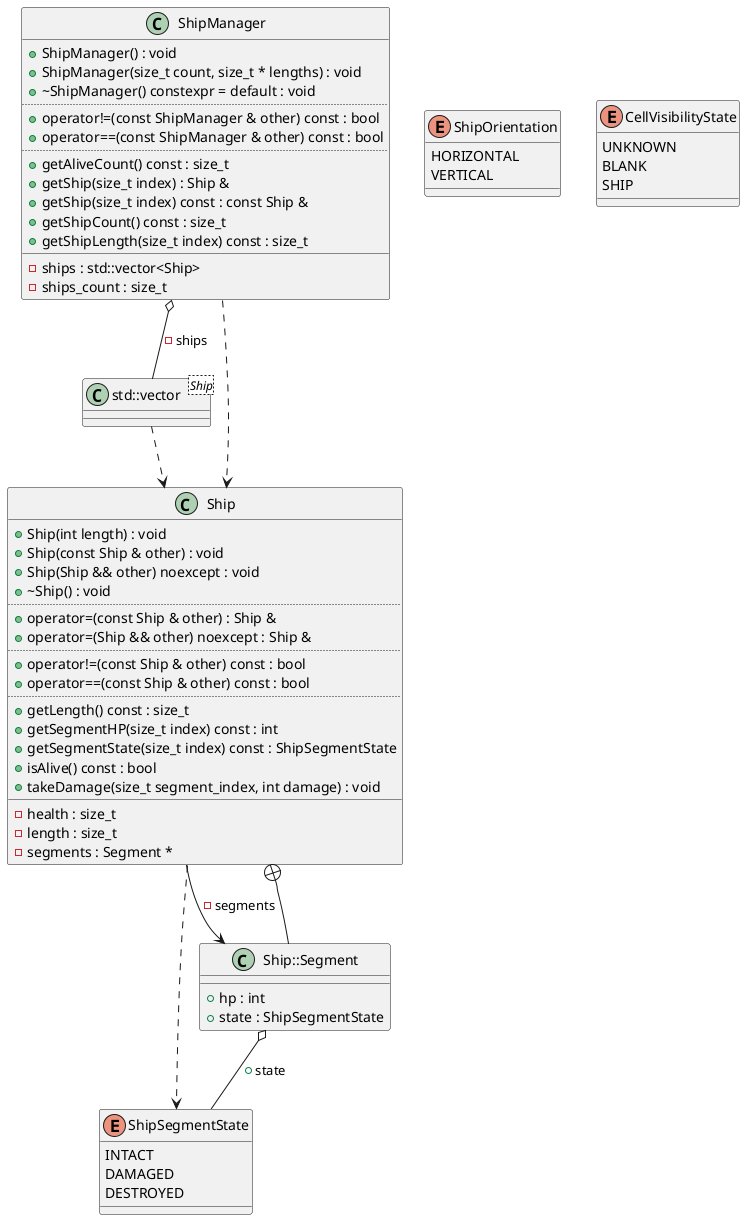
This is diagrams/ShipManager.png from Rennelv/ships, a PlantUML export, as it was before one commit.
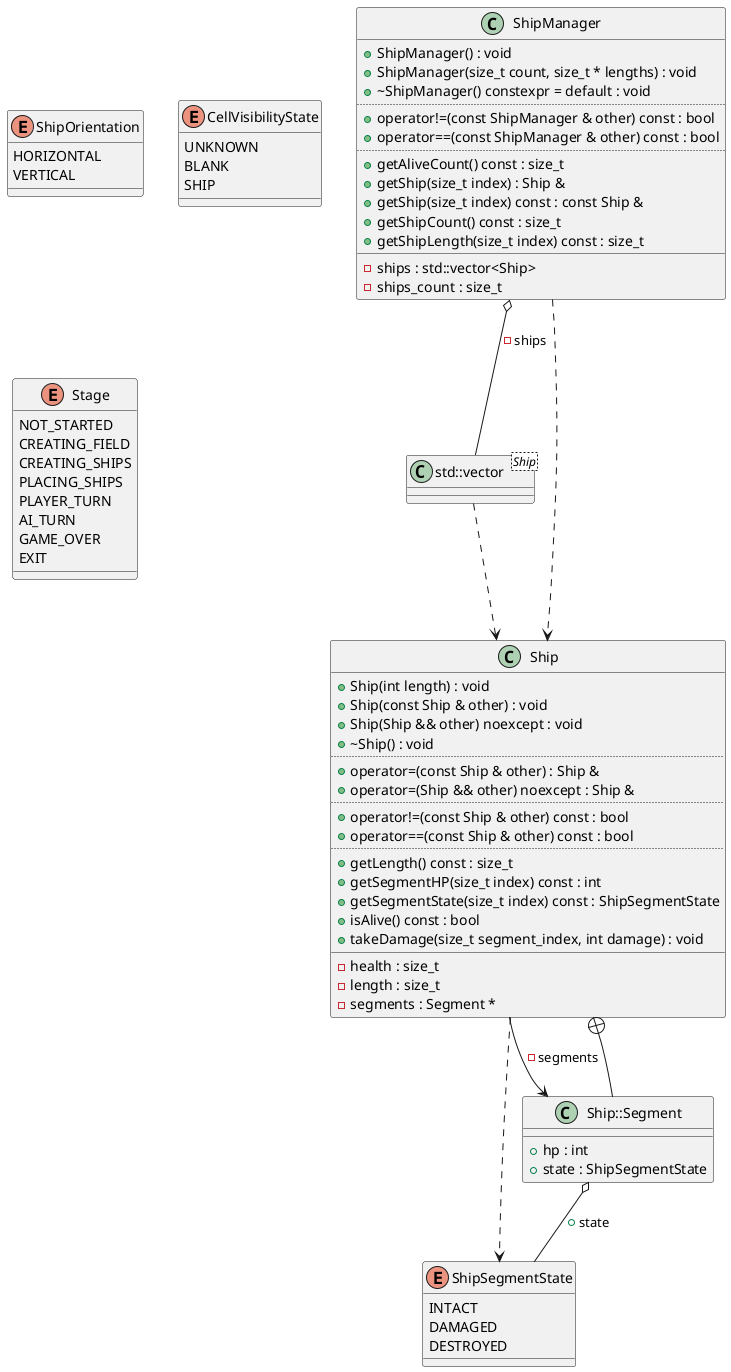
Later version of the same file.

The edit, as a diff of the source:
```diff
@@ -19,6 +19,17 @@
 UNKNOWN
 BLANK
 SHIP
+}
+enum "Stage" as C_0001935036015363084261
+enum C_0001935036015363084261 {
+NOT_STARTED
+CREATING_FIELD
+CREATING_SHIPS
+PLACING_SHIPS
+PLAYER_TURN
+AI_TURN
+GAME_OVER
+EXIT
 }
 class "Ship" as C_0014529657433315016423
 class C_0014529657433315016423 {
```
